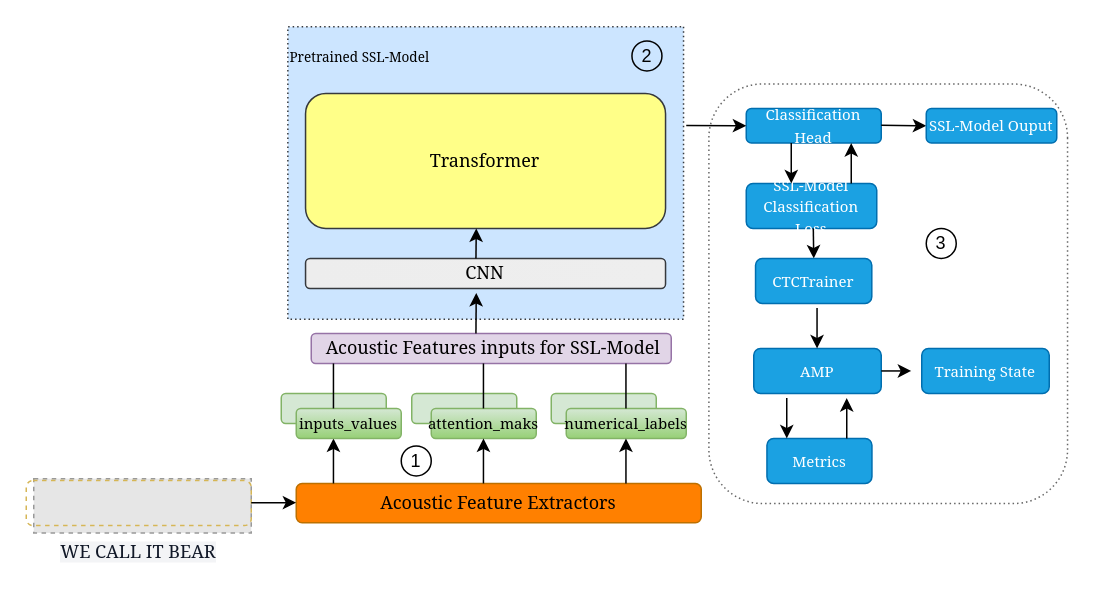
This is Diagramme sans nom.drawio from papasega/Applied-Deep-Learning, a draw.io file, before an edit. Source tidied: cells renumbered, new cells numbered last; positions are measured from the earlier drawing's top-left corner, leaving out a move shared by most shapes. Both pictures are drawn from the tidied source at 150%, with x=0, y=0 at pixel (26, -26). Pictures stored in the file or linked from it are replaced by grey dashed boxes.
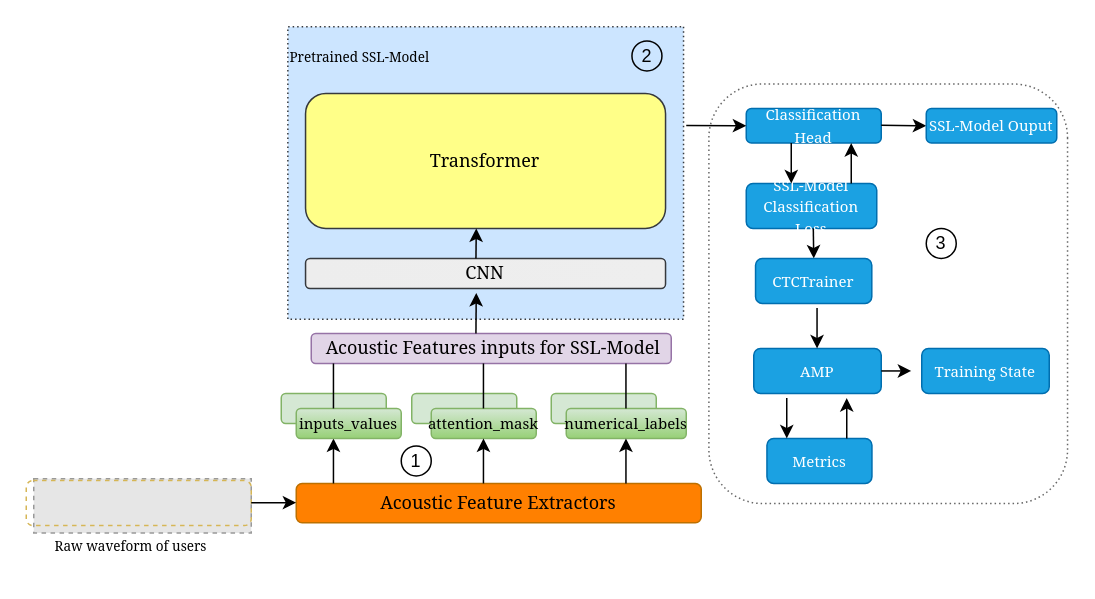
The same diagram, later.

Commit message:
Mettre à jour Diagramme sans nom.drawio

Diff of the diagram source:
```diff
@@
-    <mxCell id="10" value="&lt;span style=&quot;font-size: 10px;&quot;&gt;&lt;font face=&quot;Georgia&quot;&gt;attention_maks&lt;/font&gt;&lt;/span&gt;" style="rounded=1;whiteSpace=wrap;html=1;fillColor=#d5e8d4;strokeColor=#82b366;gradientColor=#97d077;" parent="1" vertex="1">
+    <mxCell id="10" value="&lt;span style=&quot;font-size: 10px;&quot;&gt;&lt;font face=&quot;Georgia&quot;&gt;attention_mask&lt;/font&gt;&lt;/span&gt;" style="rounded=1;whiteSpace=wrap;html=1;fillColor=#d5e8d4;strokeColor=#82b366;gradientColor=#97d077;" parent="1" vertex="1">
       <mxGeometry x="270" y="288.8" width="70" height="20" as="geometry" />
     </mxCell>
@@
-    <mxCell id="19" value="&lt;span style=&quot;color: rgb(17, 24, 39); text-align: start; background-color: rgb(243, 244, 246);&quot;&gt;&lt;font face=&quot;Georgia&quot;&gt;WE CALL IT BEAR&lt;/font&gt;&lt;/span&gt;" style="text;html=1;align=center;verticalAlign=middle;whiteSpace=wrap;rounded=0;" parent="1" vertex="1">
-      <mxGeometry x="10" y="371.9" width="130" height="26.9" as="geometry" />
-    </mxCell>
@@
+    <mxCell id="47" value="&lt;font style=&quot;font-size: 9px;&quot; face=&quot;Georgia&quot;&gt;Raw waveform of users&lt;/font&gt;" style="text;html=1;align=center;verticalAlign=middle;whiteSpace=wrap;rounded=0;" parent="1" vertex="1">
+      <mxGeometry x="10" y="365" width="120" height="30" as="geometry" />
+    </mxCell>
```
